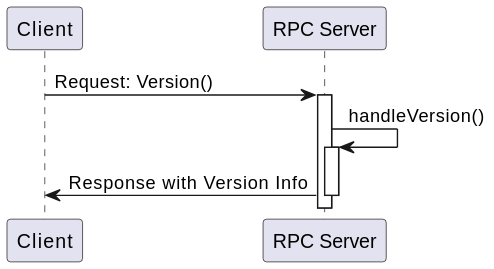
Above: docs/services/img/plantuml/rpc/rpc-get-version.svg in freemans13/teranode (PlantUML), before the change. The source it was exported from:
```plantuml
@startuml
participant Client
participant "RPC Server" as RPC

Client -> RPC : Request: Version()
activate RPC

RPC -> RPC : handleVersion()
activate RPC

RPC -> Client : Response with Version Info
deactivate RPC
@enduml
```
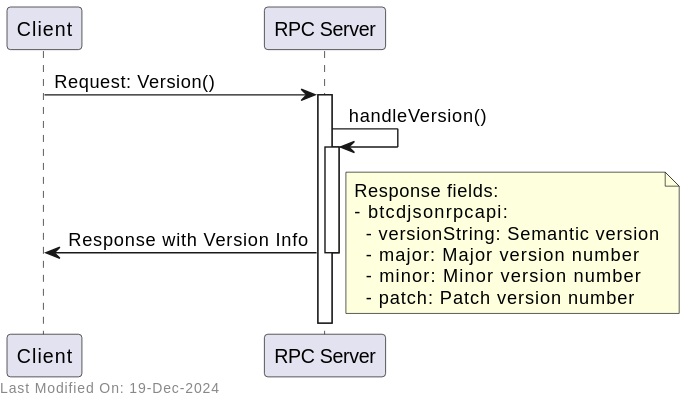
Later version of the same file.

Change to the diagram source:
```diff
@@ -9,5 +9,15 @@
 activate RPC
 
 RPC -> Client : Response with Version Info
+note right
+Response fields:
+- btcdjsonrpcapi:
+  - versionString: Semantic version
+  - major: Major version number
+  - minor: Minor version number
+  - patch: Patch version number
+end note
 deactivate RPC
+
+left footer Last Modified On: %date("dd-MMM-yyyy")
 @enduml
```
